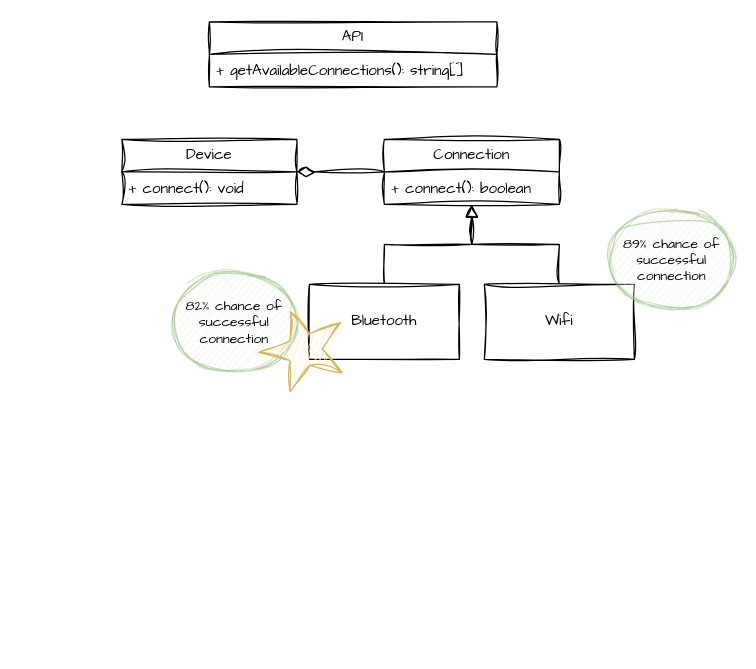
This is page "Page-1" (1 of 2) of Experiment1/img/UML-diagrams.drawio from TheisHS/Thesis, a draw.io file, before an edit. Source tidied: cells renumbered, new cells numbered last; positions are measured from the earlier drawing's top-left corner, leaving out a move shared by most shapes. Both pictures are drawn from the tidied source at 125%, with x=0, y=0 at pixel (121, 21).
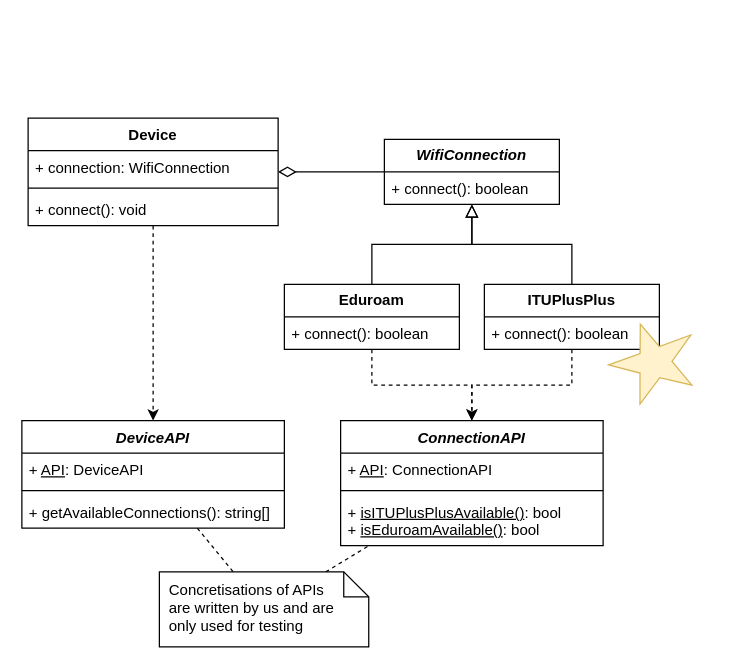
Above is the later version.

The edit, as a diff of the source:
```diff
@@
+    <mxCell id="20" value="&lt;i&gt;DeviceAPI&lt;/i&gt;" style="swimlane;fontStyle=1;align=center;verticalAlign=top;horizontal=1;startSize=26;whiteSpace=wrap;html=1;hachureGap=4;fontFamily=Helvetica;" parent="1" vertex="1">
+      <mxGeometry x="-80" y="319" width="210" height="86" as="geometry" />
+    </mxCell>
+    <mxCell id="21" value="+ &lt;u&gt;API&lt;/u&gt;: DeviceAPI" style="text;strokeColor=none;fillColor=none;align=left;verticalAlign=top;spacingLeft=4;spacingRight=4;overflow=hidden;whiteSpace=wrap;html=1;fontFamily=Helvetica;" parent="20" vertex="1">
+      <mxGeometry y="26" width="210" height="26" as="geometry" />
+    </mxCell>
+    <mxCell id="22" style="line;strokeWidth=1;fillColor=none;align=left;verticalAlign=middle;spacingTop=-1;spacingLeft=3;spacingRight=3;labelPosition=right;strokeColor=inherit;hachureGap=4;fontFamily=Helvetica;" parent="20" vertex="1">
+      <mxGeometry y="52" width="210" height="8" as="geometry" />
+    </mxCell>
+    <mxCell id="19" value="+&amp;nbsp;getAvailableConnections(): string[]" style="text;strokeColor=none;fillColor=none;align=left;verticalAlign=top;spacingLeft=4;spacingRight=4;overflow=hidden;whiteSpace=wrap;html=1;fontFamily=Helvetica;" parent="20" vertex="1">
+      <mxGeometry y="60" width="210" height="26" as="geometry" />
+    </mxCell>
-    <mxCell id="2" style="edgeStyle=orthogonalEdgeStyle;rounded=0;jettySize=auto;html=1;endArrow=diamondThin;endFill=0;sketch=1;curveFitting=1;jiggle=2;labelBackgroundColor=none;fontColor=default;startSize=8;endSize=12;" parent="1" edge="1" source="7" target="9">
+    <mxCell id="2" style="edgeStyle=orthogonalEdgeStyle;rounded=0;jettySize=auto;html=1;endArrow=diamondThin;endFill=0;labelBackgroundColor=none;fontColor=default;startSize=8;endSize=12;fontFamily=Helvetica;" parent="1" edge="1" source="7" target="9">
       <mxGeometry relative="1" as="geometry" />
     </mxCell>
-    <mxCell id="3" style="edgeStyle=orthogonalEdgeStyle;rounded=0;sketch=1;hachureGap=4;jiggle=2;curveFitting=1;jettySize=auto;html=1;fontFamily=Architects Daughter;fontColor=default;endArrow=block;endFill=0;endSize=8;labelBackgroundColor=none;" parent="1" edge="1" source="4" target="7">
+    <mxCell id="3" style="edgeStyle=orthogonalEdgeStyle;rounded=0;hachureGap=4;jettySize=auto;html=1;fontFamily=Helvetica;fontColor=default;endArrow=block;endFill=0;endSize=8;labelBackgroundColor=none;" parent="1" edge="1" source="28" target="7">
       <mxGeometry relative="1" as="geometry" />
     </mxCell>
-    <mxCell id="4" value="Bluetooth" style="rounded=0;whiteSpace=wrap;html=1;sketch=1;hachureGap=4;jiggle=2;curveFitting=1;fontFamily=Architects Daughter;labelBackgroundColor=none;" parent="1" vertex="1">
-      <mxGeometry x="150" y="210" width="120" height="60" as="geometry" />
-    </mxCell>
+    <mxCell id="23" style="edgeStyle=orthogonalEdgeStyle;rounded=0;hachureGap=4;jettySize=auto;html=1;fontFamily=Helvetica;dashed=1;" parent="1" edge="1" source="28" target="35">
+      <mxGeometry relative="1" as="geometry" />
+    </mxCell>
-    <mxCell id="5" style="edgeStyle=orthogonalEdgeStyle;rounded=0;sketch=1;hachureGap=4;jiggle=2;curveFitting=1;jettySize=auto;html=1;fontFamily=Architects Daughter;fontColor=default;endArrow=block;endFill=0;startSize=8;endSize=8;labelBackgroundColor=none;" parent="1" edge="1" source="6" target="7">
+    <mxCell id="5" style="edgeStyle=orthogonalEdgeStyle;rounded=0;hachureGap=4;jettySize=auto;html=1;fontFamily=Helvetica;fontColor=default;endArrow=block;endFill=0;startSize=8;endSize=8;labelBackgroundColor=none;" parent="1" edge="1" source="30" target="7">
       <mxGeometry relative="1" as="geometry" />
     </mxCell>
-    <mxCell id="6" value="Wifi" style="rounded=0;whiteSpace=wrap;html=1;sketch=1;hachureGap=4;jiggle=2;curveFitting=1;fontFamily=Architects Daughter;labelBackgroundColor=none;" parent="1" vertex="1">
-      <mxGeometry x="290" y="210" width="120" height="60" as="geometry" />
-    </mxCell>
+    <mxCell id="24" style="edgeStyle=orthogonalEdgeStyle;rounded=0;hachureGap=4;jettySize=auto;html=1;fontFamily=Helvetica;dashed=1;" parent="1" edge="1" source="30" target="35">
+      <mxGeometry relative="1" as="geometry" />
+    </mxCell>
-    <mxCell id="7" value="Connection" style="swimlane;fontStyle=0;horizontal=1;startSize=26;whiteSpace=wrap;html=1;sketch=1;hachureGap=4;jiggle=2;curveFitting=1;fontFamily=Architects Daughter;labelBackgroundColor=none;" parent="1" vertex="1">
+    <mxCell id="7" value="&lt;b&gt;&lt;i&gt;WifiConnection&lt;/i&gt;&lt;/b&gt;" style="swimlane;fontStyle=0;horizontal=1;startSize=26;whiteSpace=wrap;html=1;hachureGap=4;fontFamily=Helvetica;labelBackgroundColor=none;" parent="1" vertex="1">
       <mxGeometry x="210" y="94" width="140" height="52" as="geometry" />
     </mxCell>
-    <mxCell id="8" value="+ connect(): boolean" style="text;strokeColor=none;fillColor=none;align=left;verticalAlign=top;spacingLeft=4;spacingRight=4;overflow=hidden;whiteSpace=wrap;html=1;fontFamily=Architects Daughter;labelBackgroundColor=none;" parent="7" vertex="1">
+    <mxCell id="8" value="+ connect(): boolean" style="text;strokeColor=none;fillColor=none;align=left;verticalAlign=top;spacingLeft=4;spacingRight=4;overflow=hidden;whiteSpace=wrap;html=1;fontFamily=Helvetica;labelBackgroundColor=none;" parent="7" vertex="1">
       <mxGeometry y="26" width="140" height="26" as="geometry" />
     </mxCell>
+    <mxCell id="25" style="edgeStyle=orthogonalEdgeStyle;rounded=0;hachureGap=4;jettySize=auto;html=1;fontFamily=Helvetica;dashed=1;" parent="1" edge="1" source="9" target="20">
+      <mxGeometry relative="1" as="geometry" />
+    </mxCell>
-    <mxCell id="9" value="Device" style="swimlane;fontStyle=0;horizontal=1;startSize=26;whiteSpace=wrap;html=1;sketch=1;hachureGap=4;jiggle=2;curveFitting=1;fontFamily=Architects Daughter;labelBackgroundColor=none;" parent="1" vertex="1">
-      <mxGeometry y="94" width="140" height="52" as="geometry" />
+    <mxCell id="9" value="Device" style="swimlane;fontStyle=1;align=center;verticalAlign=top;horizontal=1;startSize=26;whiteSpace=wrap;html=1;hachureGap=4;fontFamily=Helvetica;" parent="1" vertex="1">
+      <mxGeometry x="-75" y="77" width="200" height="86" as="geometry" />
     </mxCell>
+    <mxCell id="26" value="+ connection: WifiConnection" style="text;strokeColor=none;fillColor=none;align=left;verticalAlign=top;spacingLeft=4;spacingRight=4;overflow=hidden;whiteSpace=wrap;html=1;fontFamily=Helvetica;" parent="9" vertex="1">
+      <mxGeometry y="26" width="200" height="26" as="geometry" />
+    </mxCell>
+    <mxCell id="27" style="line;strokeWidth=1;fillColor=none;align=left;verticalAlign=middle;spacingTop=-1;spacingLeft=3;spacingRight=3;labelPosition=right;strokeColor=inherit;hachureGap=4;fontFamily=Helvetica;" parent="9" vertex="1">
+      <mxGeometry y="52" width="200" height="8" as="geometry" />
+    </mxCell>
-    <mxCell id="10" value="+ connect(): void" style="text;strokeColor=none;fillColor=none;align=left;verticalAlign=top;spacingLeft=4;spacingRight=4;overflow=hidden;whiteSpace=wrap;html=1;fontFamily=Architects Daughter;labelBackgroundColor=none;" parent="9" vertex="1">
-      <mxGeometry y="26" width="140" height="26" as="geometry" />
+    <mxCell id="10" value="+ connect(): void" style="text;strokeColor=none;fillColor=none;align=left;verticalAlign=top;spacingLeft=4;spacingRight=4;overflow=hidden;whiteSpace=wrap;html=1;fontFamily=Helvetica;" parent="9" vertex="1">
+      <mxGeometry y="60" width="200" height="26" as="geometry" />
     </mxCell>
-    <mxCell id="11" style="group;sketch=1;curveFitting=1;jiggle=2;fontSize=11;strokeOpacity=100;fillOpacity=100;opacity=50;" parent="1" vertex="1">
-      <mxGeometry x="390" y="150" width="100" height="80" as="geometry" />
-    </mxCell>
-    <mxCell id="12" style="ellipse;whiteSpace=wrap;html=1;hachureGap=4;fontFamily=Architects Daughter;strokeColor=#82b366;fillColor=default;fillStyle=solid;sketch=1;curveFitting=1;jiggle=2;opacity=30;" parent="11" vertex="1">
-      <mxGeometry width="100" height="80" as="geometry" />
-    </mxCell>
-    <mxCell id="13" value="89% chance of successful connection" style="ellipse;whiteSpace=wrap;html=1;hachureGap=4;fontFamily=Architects Daughter;strokeColor=#82b366;fillColor=#d5e8d4;sketch=1;curveFitting=1;jiggle=2;fontSize=11;opacity=50;" parent="11" vertex="1">
-      <mxGeometry width="100" height="80" as="geometry" />
-    </mxCell>
-    <mxCell id="14" style="group;sketch=1;curveFitting=1;jiggle=2;fontSize=11;strokeOpacity=100;fillOpacity=100;opacity=30;" parent="1" vertex="1">
-      <mxGeometry x="40" y="200" width="100" height="80" as="geometry" />
-    </mxCell>
-    <mxCell id="15" style="ellipse;whiteSpace=wrap;html=1;hachureGap=4;fontFamily=Architects Daughter;strokeColor=#82b366;fillColor=default;fillStyle=solid;sketch=1;curveFitting=1;jiggle=2;opacity=30;" parent="14" vertex="1">
-      <mxGeometry width="100" height="80" as="geometry" />
-    </mxCell>
-    <mxCell id="16" value="82% chance of successful connection" style="ellipse;whiteSpace=wrap;html=1;hachureGap=4;fontFamily=Architects Daughter;strokeColor=#82b366;fillColor=#d5e8d4;sketch=1;curveFitting=1;jiggle=2;fontSize=11;fillOpacity=100;opacity=50;" parent="14" vertex="1">
-      <mxGeometry width="100" height="80" as="geometry" />
-    </mxCell>
+    <mxCell id="28" value="&lt;b&gt;Eduroam&lt;/b&gt;" style="swimlane;fontStyle=0;horizontal=1;startSize=26;whiteSpace=wrap;html=1;hachureGap=4;fontFamily=Helvetica;labelBackgroundColor=none;" parent="1" vertex="1">
+      <mxGeometry x="130" y="210" width="140" height="52" as="geometry" />
+    </mxCell>
+    <mxCell id="29" value="+ connect(): boolean" style="text;strokeColor=none;fillColor=none;align=left;verticalAlign=top;spacingLeft=4;spacingRight=4;overflow=hidden;whiteSpace=wrap;html=1;fontFamily=Helvetica;labelBackgroundColor=none;" parent="28" vertex="1">
+      <mxGeometry y="26" width="140" height="26" as="geometry" />
+    </mxCell>
+    <mxCell id="30" value="&lt;b&gt;ITUPlusPlus&lt;/b&gt;" style="swimlane;fontStyle=0;horizontal=1;startSize=26;whiteSpace=wrap;html=1;hachureGap=4;fontFamily=Helvetica;labelBackgroundColor=none;" parent="1" vertex="1">
+      <mxGeometry x="290" y="210" width="140" height="52" as="geometry" />
+    </mxCell>
+    <mxCell id="31" value="+ connect(): boolean" style="text;strokeColor=none;fillColor=none;align=left;verticalAlign=top;spacingLeft=4;spacingRight=4;overflow=hidden;whiteSpace=wrap;html=1;fontFamily=Helvetica;labelBackgroundColor=none;" parent="30" vertex="1">
+      <mxGeometry y="26" width="140" height="26" as="geometry" />
+    </mxCell>
-    <mxCell id="17" style="verticalLabelPosition=bottom;verticalAlign=top;html=1;shape=mxgraph.basic.star;sketch=1;hachureGap=4;jiggle=2;curveFitting=1;fontFamily=Architects Daughter;fillColor=#fff2cc;strokeColor=#d6b656;rotation=-20;" parent="1" vertex="1">
-      <mxGeometry x="110" y="230" width="70" height="60" as="geometry" />
+    <mxCell id="17" style="verticalLabelPosition=bottom;verticalAlign=top;html=1;shape=mxgraph.basic.star;hachureGap=4;fontFamily=Helvetica;fillColor=#fff2cc;strokeColor=#d6b656;rotation=-20;" parent="1" vertex="1">
+      <mxGeometry x="390" y="240" width="70" height="60" as="geometry" />
     </mxCell>
-    <mxCell id="18" value="API" style="swimlane;fontStyle=0;horizontal=1;startSize=26;whiteSpace=wrap;html=1;sketch=1;hachureGap=4;jiggle=2;curveFitting=1;fontFamily=Architects Daughter;labelBackgroundColor=none;" parent="1" vertex="1">
-      <mxGeometry x="70" width="230" height="52" as="geometry" />
-    </mxCell>
-    <mxCell id="19" value="+ getAvailableConnections(): string[]" style="text;strokeColor=none;fillColor=none;align=left;verticalAlign=top;spacingLeft=4;spacingRight=4;overflow=hidden;whiteSpace=wrap;html=1;fontFamily=Architects Daughter;labelBackgroundColor=none;" parent="18" vertex="1">
-      <mxGeometry y="26" width="230" height="26" as="geometry" />
-    </mxCell>
+    <mxCell id="32" style="rounded=0;hachureGap=4;jettySize=auto;html=1;fontFamily=Helvetica;dashed=1;endArrow=none;startFill=0;" parent="1" edge="1" source="33" target="35">
+      <mxGeometry relative="1" as="geometry" />
+    </mxCell>
+    <mxCell id="33" value="Concretisations of APIs are written by us&amp;nbsp;&lt;span style=&quot;background-color: transparent; color: light-dark(rgb(0, 0, 0), rgb(255, 255, 255));&quot;&gt;and are only used for testing&lt;/span&gt;" style="shape=note;size=20;whiteSpace=wrap;html=1;hachureGap=4;fontFamily=Helvetica;align=left;spacingLeft=6;spacingBottom=6;spacingTop=3;spacingRight=17;" parent="1" vertex="1">
+      <mxGeometry x="30" y="440" width="167.5" height="60" as="geometry" />
+    </mxCell>
+    <mxCell id="34" style="rounded=0;hachureGap=4;jettySize=auto;html=1;fontFamily=Helvetica;dashed=1;endArrow=none;startFill=0;" parent="1" edge="1" source="20" target="33">
+      <mxGeometry relative="1" as="geometry" />
+    </mxCell>
+    <mxCell id="35" value="&lt;i&gt;ConnectionAPI&lt;/i&gt;" style="swimlane;fontStyle=1;align=center;verticalAlign=top;horizontal=1;startSize=26;whiteSpace=wrap;html=1;hachureGap=4;fontFamily=Helvetica;" parent="1" vertex="1">
+      <mxGeometry x="175" y="319" width="210" height="100" as="geometry" />
+    </mxCell>
+    <mxCell id="36" value="+ &lt;u&gt;API&lt;/u&gt;: ConnectionAPI" style="text;strokeColor=none;fillColor=none;align=left;verticalAlign=top;spacingLeft=4;spacingRight=4;overflow=hidden;whiteSpace=wrap;html=1;fontFamily=Helvetica;" parent="35" vertex="1">
+      <mxGeometry y="26" width="210" height="26" as="geometry" />
+    </mxCell>
+    <mxCell id="37" style="line;strokeWidth=1;fillColor=none;align=left;verticalAlign=middle;spacingTop=-1;spacingLeft=3;spacingRight=3;labelPosition=right;strokeColor=inherit;hachureGap=4;fontFamily=Helvetica;" parent="35" vertex="1">
+      <mxGeometry y="52" width="210" height="8" as="geometry" />
+    </mxCell>
+    <mxCell id="38" value="+&amp;nbsp;&lt;u&gt;isITUPlusPlusAvailable()&lt;/u&gt;: boo&lt;span style=&quot;color: light-dark(rgb(0, 0, 0), rgb(255, 255, 255)); background-color: transparent;&quot;&gt;l&lt;/span&gt;&lt;div&gt;&lt;span style=&quot;background-color: transparent; color: light-dark(rgb(0, 0, 0), rgb(255, 255, 255));&quot;&gt;+&amp;nbsp;&lt;u&gt;isEduroamAvailable()&lt;/u&gt;: bool&lt;/span&gt;&lt;/div&gt;" style="text;strokeColor=none;fillColor=none;align=left;verticalAlign=top;spacingLeft=4;spacingRight=4;overflow=hidden;whiteSpace=wrap;html=1;fontFamily=Helvetica;" parent="35" vertex="1">
+      <mxGeometry y="60" width="210" height="40" as="geometry" />
+    </mxCell>
```
